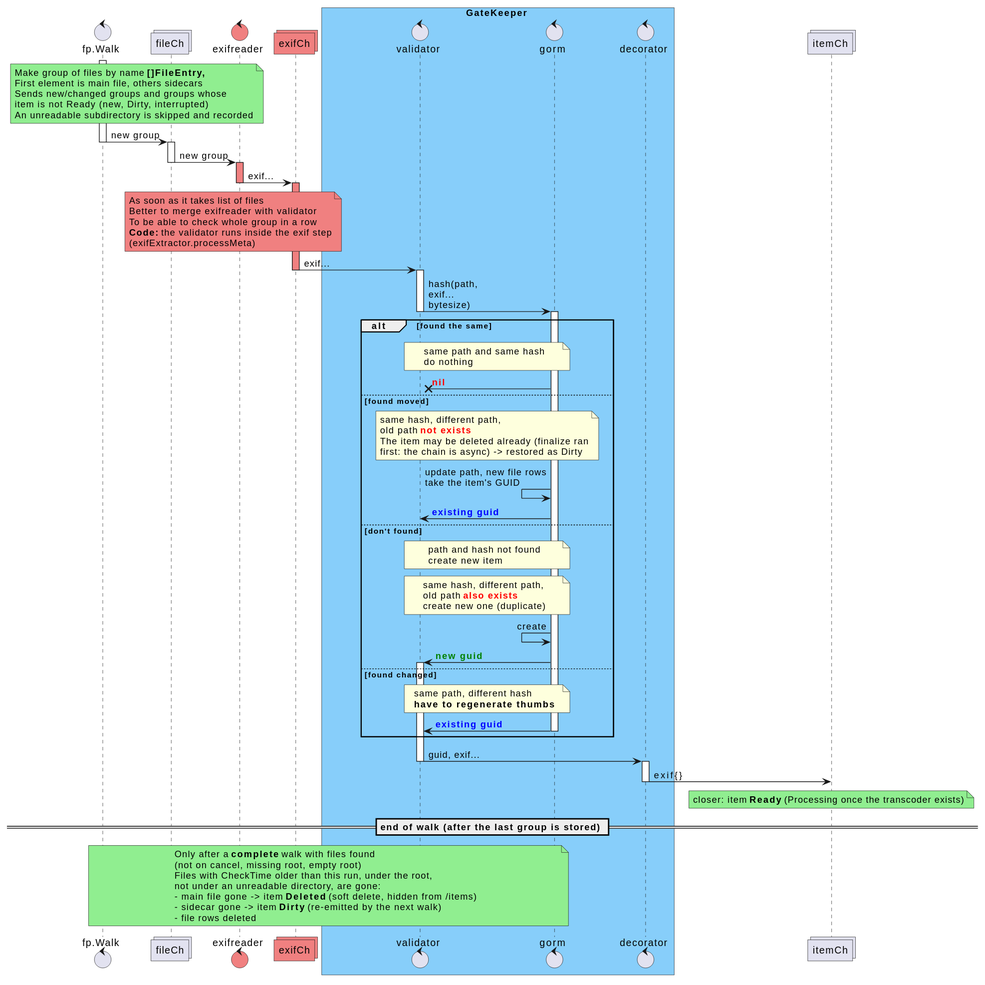
This is _sb/diagrams/Walker and validating.svg from eggs-gd/Perceptrail, a PlantUML export, as it was before one commit.
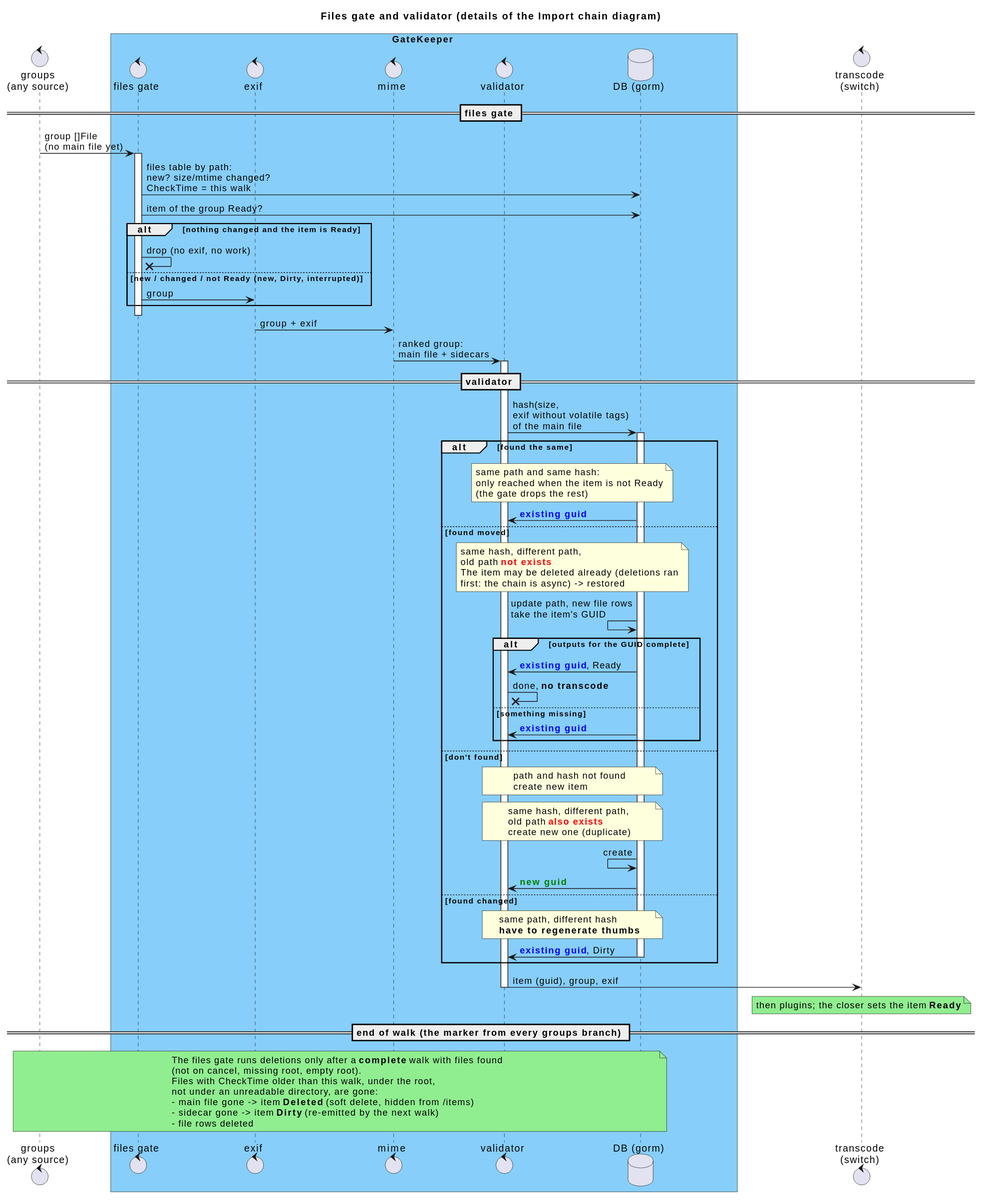
Above is the later version.

Commit message:
design: import chain as small steps (Import chain.puml), gate/validator details, roadmap C1–C7

Diff of the diagram source:
```diff
@@ -1,101 +1,95 @@
 @startuml
-control fp.Walk
-collections fileCh
+!pragma teoz true
 
-control exifreader #LightCoral
-collections exifCh #LightCoral
+title Files gate and validator (details of the Import chain diagram)
 
+control "groups\n(any source)" as Groups
 box GateKeeper #LightSkyBlue
-control validator
-control gorm
-control decorator
+control "files gate" as Gate
+control "exif" as Exif
+control "mime" as Mime
+control "validator" as Validator
+database "DB (gorm)" as DB
 end box
-collections itemCh
+control "transcode\n(switch)" as Transcode
 
+== files gate ==
 
-activate fp.Walk
-note over fp.Walk, fileCh #LightGreen
-Make group of files by name <b>[]FileEntry,
-First element is main file, others sidecars
-Sends new/changed groups and groups whose
-item is not Ready (new, Dirty, interrupted)
-An unreadable subdirectory is skipped and recorded
-end note
-fp.Walk -> fileCh: new group
-deactivate fp.Walk
-activate fileCh
-fileCh -> exifreader: new group
-deactivate fileCh
-activate exifreader #LightCoral
-exifreader -> exifCh: exif...
-note over fileCh, exifCh #LightCoral
-As soon as it takes list of files
-Better to merge exifreader with validator
-To be able to check whole group in a row
-<b>Code:</b> the validator runs inside the exif step
-(exifExtractor.processMeta)
-end note
-deactivate exifreader
-activate exifCh #LightCoral
-exifCh -> validator: exif...
-deactivate exifCh
-activate validator
+Groups -> Gate: group []File\n(no main file yet)
+activate Gate
+Gate -> DB: files table by path:\nnew? size/mtime changed?\nCheckTime = this walk
+Gate -> DB: item of the group Ready?
+alt nothing changed and the item is Ready
+    Gate ->x Gate: drop (no exif, no work)
+else new / changed / not Ready (new, Dirty, interrupted)
+    Gate -> Exif: group
+end
+deactivate Gate
 
-validator -> gorm: hash(path,\nexif...\nbytesize)
-deactivate validator
-activate gorm
+Exif -> Mime: group + exif
+Mime -> Validator: ranked group:\nmain file + sidecars
+activate Validator
+
+== validator ==
+
+Validator -> DB: hash(size,\nexif without volatile tags)\nof the main file
+activate DB
 
 alt found the same
-    note over validator, gorm: same path and same hash\ndo nothing
-    gorm ->x validator: <font color=red><b>nil
+    note over Validator, DB
+    same path and same hash:
+    only reached when the item is not Ready
+    (the gate drops the rest)
+    end note
+    DB -> Validator: <font color=blue><b>existing guid
 
 else found moved
-    note over validator, gorm
+    note over Validator, DB
     same hash, different path,
     old path <b><font color=red>not exists
-    The item may be deleted already (finalize ran
-    first: the chain is async) -> restored as Dirty
+    The item may be deleted already (deletions ran
+    first: the chain is async) -> restored
     end note
-    gorm <- gorm: update path, new file rows\ntake the item's GUID
-    gorm -> validator: <font color=blue><b>existing guid
+    DB <- DB: update path, new file rows\ntake the item's GUID
+    alt outputs for the GUID complete
+        DB -> Validator: <font color=blue><b>existing guid</b></font>, Ready
+        Validator ->x Validator: done, <b>no transcode
+    else something missing
+        DB -> Validator: <font color=blue><b>existing guid
+    end
 
 else don't found
-    note over validator, gorm
+    note over Validator, DB
     path and hash not found
     create new item
     end note
-    note over validator, gorm
+    note over Validator, DB
     same hash, different path,
     old path <b><font color=red>also exists
     create new one (duplicate)
     end note
-    gorm <- gorm: create
-    gorm -> validator: <font color=green><b>new guid
-    activate validator
+    DB <- DB: create
+    DB -> Validator: <font color=green><b>new guid
 
 else found changed
-    note over validator, gorm
+    note over Validator, DB
     same path, different hash
     <b>have to regenerate thumbs
     end note
-    gorm -> validator: <font color=blue><b>existing guid
-    deactivate gorm
-
+    DB -> Validator: <font color=blue><b>existing guid</b></font>, Dirty
+    deactivate DB
 end
 
-validator -> decorator: guid, exif...
-deactivate validator
-activate decorator
-decorator -> itemCh: exif{}
-deactivate decorator
-note over itemCh #LightGreen: closer: item <b>Ready</b> (Processing once the transcoder exists)
+Validator -> Transcode: item (guid), group, exif
+deactivate Validator
+note over Transcode #LightGreen: then plugins; the closer sets the item <b>Ready</b>
 
-== end of walk (after the last group is stored) ==
+== end of walk (the marker from every groups branch) ==
 
-note over fp.Walk, gorm #LightGreen
-Only after a <b>complete</b> walk with files found
-(not on cancel, missing root, empty root)
-Files with CheckTime older than this run, under the root,
+note over Groups, DB #LightGreen
+The files gate runs deletions only after a <b>complete</b> walk with files found
+(not on cancel, missing root, empty root).
+Files with CheckTime older than this walk, under the root,
 not under an unreadable directory, are gone:
 - main file gone -> item <b>Deleted</b> (soft delete, hidden from /items)
 - sidecar gone -> item <b>Dirty</b> (re-emitted by the next walk)
```
